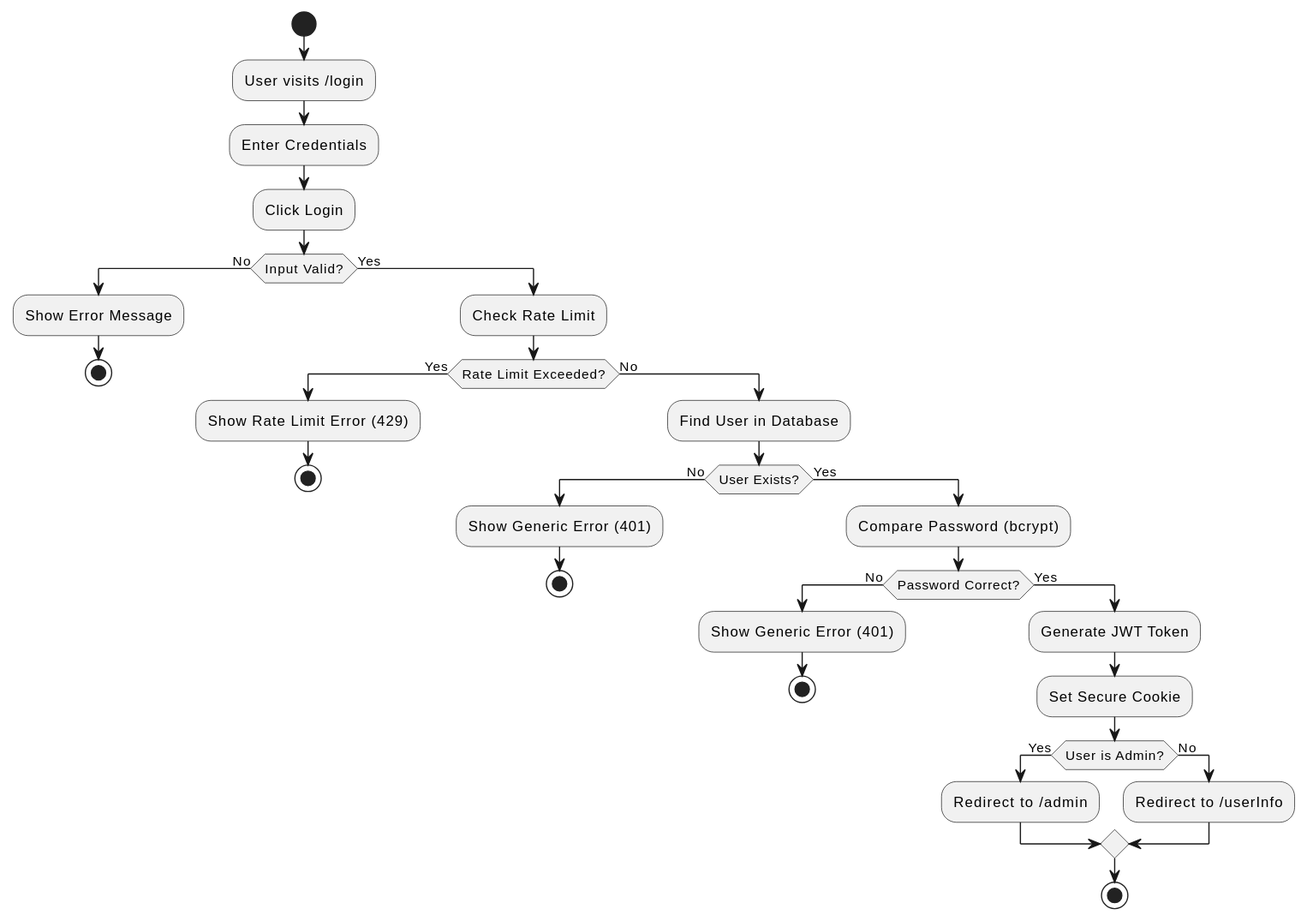
The PlantUML diagram diagrams/diagram/activity_login.svg in 86wyc/erb-project, before a commit.
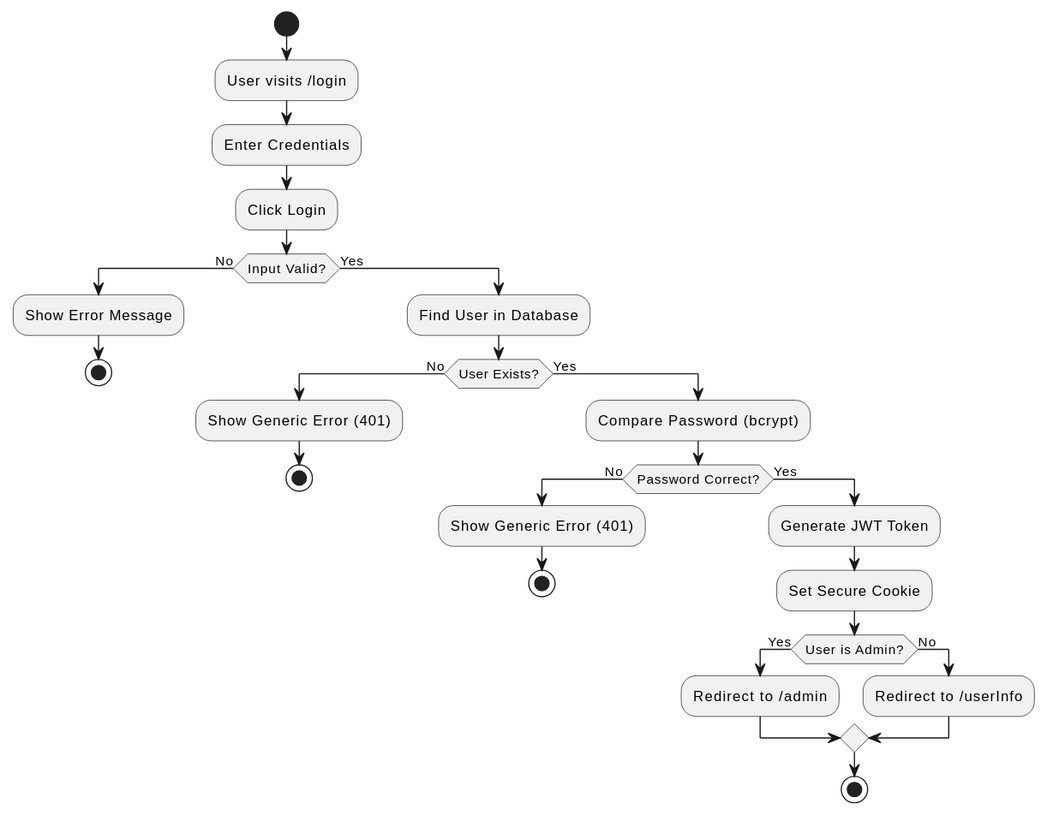
After the commit.

Diff of the diagram source:
```diff
@@ -8,30 +8,24 @@
   :Show Error Message;
   stop
 else (Yes)
-  :Check Rate Limit;
-  if (Rate Limit Exceeded?) then (Yes)
-    :Show Rate Limit Error (429);
+  :Find User in Database;
+  if (User Exists?) then (No)
+    :Show Generic Error (401);
     stop
-  else (No)
-    :Find User in Database;
-    if (User Exists?) then (No)
+  else (Yes)
+    :Compare Password (bcrypt);
+    if (Password Correct?) then (No)
       :Show Generic Error (401);
       stop
     else (Yes)
-      :Compare Password (bcrypt);
-      if (Password Correct?) then (No)
-        :Show Generic Error (401);
-        stop
-      else (Yes)
-        :Generate JWT Token;
-        :Set Secure Cookie;
-        if (User is Admin?) then (Yes)
-          :Redirect to /admin;
-        else (No)
-          :Redirect to /userInfo;
-        endif
-        stop
+      :Generate JWT Token;
+      :Set Secure Cookie;
+      if (User is Admin?) then (Yes)
+        :Redirect to /admin;
+      else (No)
+        :Redirect to /userInfo;
       endif
+      stop
     endif
   endif
 endif
```
